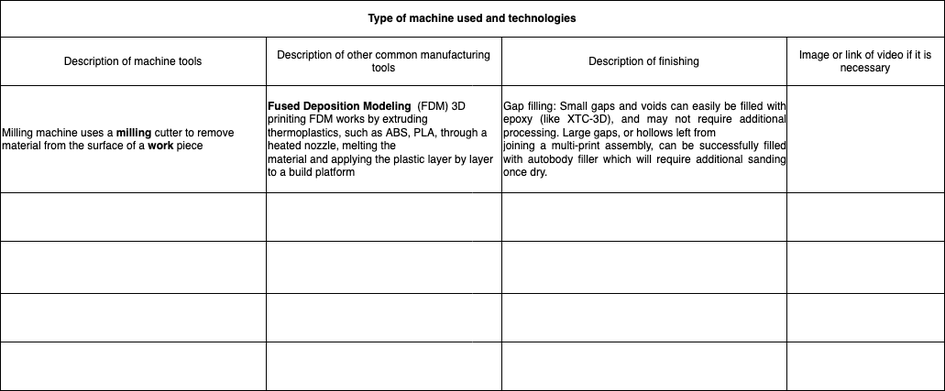
amerezoji1362/drawio-github keeps this draw.io diagram as Manufacturing technology.png. Above is the earlier version. Source tidied: cells renumbered, new cells last; positions are measured from the earlier drawing's top-left corner, leaving out a move shared by most shapes.
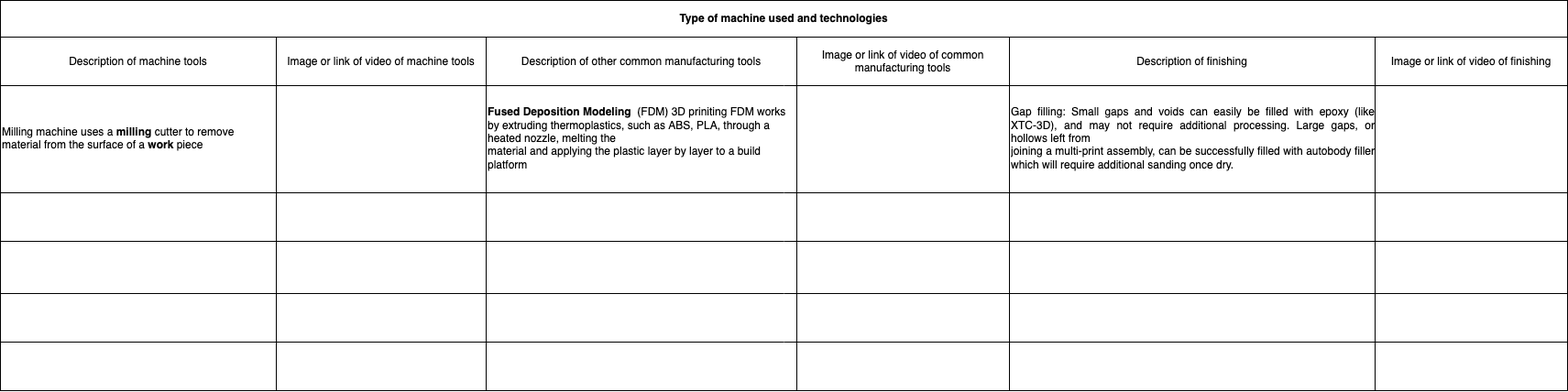
Later version of the same file.

The edit, as a diff of the source:
```diff
@@ -2,101 +2,137 @@
   <root>
     <mxCell id="0" />
     <mxCell id="1" parent="0" />
-    <mxCell id="2" style="shape=table;startSize=0;" parent="1" vertex="1">
-      <mxGeometry y="40" width="1030" height="386" as="geometry" />
-    </mxCell>
-    <mxCell id="3" style="shape=partialRectangle;fillColor=none;top=0;left=0;bottom=0;right=0;" parent="2" vertex="1">
-      <mxGeometry width="1030" height="53" as="geometry" />
-    </mxCell>
+    <mxCell id="34" style="shape=table;startSize=0;" parent="1" vertex="1">
+      <mxGeometry y="40" width="1710" height="386" as="geometry" />
+    </mxCell>
+    <mxCell id="35" style="shape=partialRectangle;fillColor=none;top=0;left=0;bottom=0;right=0;" parent="34" vertex="1">
+      <mxGeometry width="1710" height="53" as="geometry" />
+    </mxCell>
-    <mxCell id="4" value="Description of machine tools" style="shape=partialRectangle;html=1;whiteSpace=wrap;overflow=hidden;fillColor=none;top=0;left=0;bottom=0;right=0;" parent="3" vertex="1">
-      <mxGeometry width="290" height="53" as="geometry" />
+    <mxCell id="4" value="Description of machine tools" style="shape=partialRectangle;html=1;whiteSpace=wrap;overflow=hidden;fillColor=none;top=0;left=0;bottom=0;right=0;" parent="35" vertex="1">
+      <mxGeometry width="301" height="53" as="geometry" />
     </mxCell>
+    <mxCell id="36" value="Image or link of video of machine tools" style="shape=partialRectangle;html=1;whiteSpace=wrap;overflow=hidden;fillColor=none;top=0;left=0;bottom=0;right=0;" parent="35" vertex="1">
+      <mxGeometry x="301" width="229" height="53" as="geometry" />
+    </mxCell>
-    <mxCell id="5" value="Description of other common manufacturing tools " style="shape=partialRectangle;html=1;whiteSpace=wrap;overflow=hidden;fillColor=none;top=0;left=0;bottom=0;right=0;" parent="3" vertex="1">
-      <mxGeometry x="290" width="257" height="53" as="geometry" />
+    <mxCell id="5" value="Description of other common manufacturing tools " style="shape=partialRectangle;html=1;whiteSpace=wrap;overflow=hidden;fillColor=none;top=0;left=0;bottom=0;right=0;" parent="35" vertex="1">
+      <mxGeometry x="530" width="339" height="53" as="geometry" />
     </mxCell>
+    <mxCell id="37" value="Image or link of video of common manufacturing tools" style="shape=partialRectangle;html=1;whiteSpace=wrap;overflow=hidden;fillColor=none;top=0;left=0;bottom=0;right=0;" parent="35" vertex="1">
+      <mxGeometry x="869" width="232" height="53" as="geometry" />
+    </mxCell>
-    <mxCell id="6" value="Description of finishing" style="shape=partialRectangle;html=1;whiteSpace=wrap;overflow=hidden;fillColor=none;top=0;left=0;bottom=0;right=0;" parent="3" vertex="1">
-      <mxGeometry x="547" width="311" height="53" as="geometry" />
+    <mxCell id="6" value="Description of finishing" style="shape=partialRectangle;html=1;whiteSpace=wrap;overflow=hidden;fillColor=none;top=0;left=0;bottom=0;right=0;" parent="35" vertex="1">
+      <mxGeometry x="1101" width="399" height="53" as="geometry" />
     </mxCell>
-    <mxCell id="7" value="Image or link of video if it is necessary" style="shape=partialRectangle;html=1;whiteSpace=wrap;overflow=hidden;fillColor=none;top=0;left=0;bottom=0;right=0;" parent="3" vertex="1">
-      <mxGeometry x="858" width="172" height="53" as="geometry" />
-    </mxCell>
-    <mxCell id="8" style="shape=partialRectangle;fillColor=none;top=0;left=0;bottom=0;right=0;" parent="2" vertex="1">
-      <mxGeometry y="53" width="1030" height="117" as="geometry" />
-    </mxCell>
+    <mxCell id="38" value="Image or link of video of finishing" style="shape=partialRectangle;html=1;whiteSpace=wrap;overflow=hidden;fillColor=none;top=0;left=0;bottom=0;right=0;" parent="35" vertex="1">
+      <mxGeometry x="1500" width="210" height="53" as="geometry" />
+    </mxCell>
+    <mxCell id="39" style="shape=partialRectangle;fillColor=none;top=0;left=0;bottom=0;right=0;" parent="34" vertex="1">
+      <mxGeometry y="53" width="1710" height="117" as="geometry" />
+    </mxCell>
-    <mxCell id="9" value="&lt;div align=&quot;left&quot;&gt;Milling machine &lt;span class=&quot;ILfuVd NA6bn&quot;&gt;&lt;span class=&quot;hgKElc&quot;&gt; uses a &lt;b&gt;milling&lt;/b&gt; cutter to remove material from the surface of a &lt;b&gt;work&lt;/b&gt; piece&lt;/span&gt;&lt;/span&gt;&lt;/div&gt;" style="shape=partialRectangle;html=1;whiteSpace=wrap;overflow=hidden;fillColor=none;top=0;left=0;bottom=0;right=0;align=left;" parent="8" vertex="1">
-      <mxGeometry width="290" height="117" as="geometry" />
+    <mxCell id="9" value="&lt;div align=&quot;left&quot;&gt;Milling machine &lt;span class=&quot;ILfuVd NA6bn&quot;&gt;&lt;span class=&quot;hgKElc&quot;&gt; uses a &lt;b&gt;milling&lt;/b&gt; cutter to remove material from the surface of a &lt;b&gt;work&lt;/b&gt; piece&lt;/span&gt;&lt;/span&gt;&lt;/div&gt;" style="shape=partialRectangle;html=1;whiteSpace=wrap;overflow=hidden;fillColor=none;top=0;left=0;bottom=0;right=0;align=left;" parent="39" vertex="1">
+      <mxGeometry width="301" height="117" as="geometry" />
     </mxCell>
+    <mxCell id="40" style="shape=partialRectangle;html=1;whiteSpace=wrap;overflow=hidden;fillColor=none;top=0;left=0;bottom=0;right=0;align=left;" parent="39" vertex="1">
+      <mxGeometry x="301" width="229" height="117" as="geometry" />
+    </mxCell>
-    <mxCell id="10" value="&lt;div align=&quot;left&quot;&gt;&lt;span class=&quot;ILfuVd NA6bn&quot;&gt;&lt;span class=&quot;hgKElc&quot;&gt;&lt;b&gt;Fused Deposition Modeling&amp;nbsp; &lt;/b&gt;&lt;/span&gt;&lt;/span&gt;(&lt;span class=&quot;ILfuVd NA6bn&quot;&gt;&lt;span class=&quot;hgKElc&quot;&gt;FDM) &lt;/span&gt;&lt;/span&gt;3D priniting &lt;span class=&quot;ILfuVd NA6bn&quot;&gt;&lt;span class=&quot;hgKElc&quot;&gt;FDM works by extruding &lt;/span&gt;&lt;/span&gt;&lt;span class=&quot;ILfuVd NA6bn&quot;&gt;&lt;span class=&quot;hgKElc&quot;&gt;thermoplastics, such as ABS, PLA, through a heated nozzle, melting the &lt;/span&gt;&lt;/span&gt;&lt;br&gt;&lt;span class=&quot;ILfuVd NA6bn&quot;&gt;&lt;span class=&quot;hgKElc&quot;&gt;material and applying the plastic layer by layer to a build platform&lt;/span&gt;&lt;/span&gt;&lt;/div&gt;" style="shape=partialRectangle;html=1;whiteSpace=wrap;overflow=hidden;fillColor=none;top=0;left=0;bottom=0;right=0;align=left;" parent="8" vertex="1">
-      <mxGeometry x="290" width="257" height="117" as="geometry" />
+    <mxCell id="10" value="&lt;div align=&quot;left&quot;&gt;&lt;span class=&quot;ILfuVd NA6bn&quot;&gt;&lt;span class=&quot;hgKElc&quot;&gt;&lt;b&gt;Fused Deposition Modeling&amp;nbsp; &lt;/b&gt;&lt;/span&gt;&lt;/span&gt;(&lt;span class=&quot;ILfuVd NA6bn&quot;&gt;&lt;span class=&quot;hgKElc&quot;&gt;FDM) &lt;/span&gt;&lt;/span&gt;3D priniting &lt;span class=&quot;ILfuVd NA6bn&quot;&gt;&lt;span class=&quot;hgKElc&quot;&gt;FDM works by extruding &lt;/span&gt;&lt;/span&gt;&lt;span class=&quot;ILfuVd NA6bn&quot;&gt;&lt;span class=&quot;hgKElc&quot;&gt;thermoplastics, such as ABS, PLA, through a heated nozzle, melting the &lt;/span&gt;&lt;/span&gt;&lt;br&gt;&lt;span class=&quot;ILfuVd NA6bn&quot;&gt;&lt;span class=&quot;hgKElc&quot;&gt;material and applying the plastic layer by layer to a build platform&lt;/span&gt;&lt;/span&gt;&lt;/div&gt;" style="shape=partialRectangle;html=1;whiteSpace=wrap;overflow=hidden;fillColor=none;top=0;left=0;bottom=0;right=0;align=left;" parent="39" vertex="1">
+      <mxGeometry x="530" width="339" height="117" as="geometry" />
     </mxCell>
+    <mxCell id="41" style="shape=partialRectangle;html=1;whiteSpace=wrap;overflow=hidden;fillColor=none;top=0;left=0;bottom=0;right=0;align=left;" parent="39" vertex="1">
+      <mxGeometry x="869" width="232" height="117" as="geometry" />
+    </mxCell>
-    <mxCell id="11" value="&lt;div align=&quot;justify&quot;&gt;Gap filling: Small gaps and voids can easily be filled with epoxy (like XTC-3D), and may not require additional processing. Large gaps, or hollows left from &lt;br&gt;joining a multi-print assembly, can be successfully filled with autobody filler which will require additional sanding once dry. &lt;/div&gt;" style="shape=partialRectangle;html=1;whiteSpace=wrap;overflow=hidden;fillColor=none;top=0;left=0;bottom=0;right=0;align=left;" parent="8" vertex="1">
-      <mxGeometry x="547" width="311" height="117" as="geometry" />
+    <mxCell id="11" value="&lt;div align=&quot;justify&quot;&gt;Gap filling: Small gaps and voids can easily be filled with epoxy (like XTC-3D), and may not require additional processing. Large gaps, or hollows left from &lt;br&gt;joining a multi-print assembly, can be successfully filled with autobody filler which will require additional sanding once dry. &lt;/div&gt;" style="shape=partialRectangle;html=1;whiteSpace=wrap;overflow=hidden;fillColor=none;top=0;left=0;bottom=0;right=0;align=left;" parent="39" vertex="1">
+      <mxGeometry x="1101" width="399" height="117" as="geometry" />
     </mxCell>
-    <mxCell id="12" style="shape=partialRectangle;html=1;whiteSpace=wrap;overflow=hidden;fillColor=none;top=0;left=0;bottom=0;right=0;" parent="8" vertex="1">
-      <mxGeometry x="858" width="172" height="117" as="geometry" />
-    </mxCell>
-    <mxCell id="13" style="shape=partialRectangle;fillColor=none;top=0;left=0;bottom=0;right=0;" parent="2" vertex="1">
-      <mxGeometry y="170" width="1030" height="53" as="geometry" />
-    </mxCell>
-    <mxCell id="14" style="shape=partialRectangle;html=1;whiteSpace=wrap;overflow=hidden;fillColor=none;top=0;left=0;bottom=0;right=0;" parent="13" vertex="1">
-      <mxGeometry width="290" height="53" as="geometry" />
-    </mxCell>
-    <mxCell id="15" style="shape=partialRectangle;html=1;whiteSpace=wrap;overflow=hidden;fillColor=none;top=0;left=0;bottom=0;right=0;" parent="13" vertex="1">
-      <mxGeometry x="290" width="257" height="53" as="geometry" />
-    </mxCell>
-    <mxCell id="16" style="shape=partialRectangle;html=1;whiteSpace=wrap;overflow=hidden;fillColor=none;top=0;left=0;bottom=0;right=0;" parent="13" vertex="1">
-      <mxGeometry x="547" width="311" height="53" as="geometry" />
-    </mxCell>
-    <mxCell id="17" style="shape=partialRectangle;html=1;whiteSpace=wrap;overflow=hidden;fillColor=none;top=0;left=0;bottom=0;right=0;" parent="13" vertex="1">
-      <mxGeometry x="858" width="172" height="53" as="geometry" />
-    </mxCell>
-    <mxCell id="18" style="shape=partialRectangle;fillColor=none;top=0;left=0;bottom=0;right=0;" parent="2" vertex="1">
-      <mxGeometry y="223" width="1030" height="57" as="geometry" />
-    </mxCell>
-    <mxCell id="19" style="shape=partialRectangle;html=1;whiteSpace=wrap;overflow=hidden;fillColor=none;top=0;left=0;bottom=0;right=0;" parent="18" vertex="1">
-      <mxGeometry width="290" height="57" as="geometry" />
-    </mxCell>
-    <mxCell id="20" style="shape=partialRectangle;html=1;whiteSpace=wrap;overflow=hidden;fillColor=none;top=0;left=0;bottom=0;right=0;" parent="18" vertex="1">
-      <mxGeometry x="290" width="257" height="57" as="geometry" />
-    </mxCell>
-    <mxCell id="21" style="shape=partialRectangle;html=1;whiteSpace=wrap;overflow=hidden;fillColor=none;top=0;left=0;bottom=0;right=0;" parent="18" vertex="1">
-      <mxGeometry x="547" width="311" height="57" as="geometry" />
-    </mxCell>
-    <mxCell id="22" style="shape=partialRectangle;html=1;whiteSpace=wrap;overflow=hidden;fillColor=none;top=0;left=0;bottom=0;right=0;" parent="18" vertex="1">
-      <mxGeometry x="858" width="172" height="57" as="geometry" />
-    </mxCell>
-    <mxCell id="23" style="shape=partialRectangle;fillColor=none;top=0;left=0;bottom=0;right=0;" parent="2" vertex="1">
-      <mxGeometry y="280" width="1030" height="53" as="geometry" />
-    </mxCell>
-    <mxCell id="24" style="shape=partialRectangle;html=1;whiteSpace=wrap;overflow=hidden;fillColor=none;top=0;left=0;bottom=0;right=0;" parent="23" vertex="1">
-      <mxGeometry width="290" height="53" as="geometry" />
-    </mxCell>
-    <mxCell id="25" style="shape=partialRectangle;html=1;whiteSpace=wrap;overflow=hidden;fillColor=none;top=0;left=0;bottom=0;right=0;" parent="23" vertex="1">
-      <mxGeometry x="290" width="257" height="53" as="geometry" />
-    </mxCell>
-    <mxCell id="26" style="shape=partialRectangle;html=1;whiteSpace=wrap;overflow=hidden;fillColor=none;top=0;left=0;bottom=0;right=0;" parent="23" vertex="1">
-      <mxGeometry x="547" width="311" height="53" as="geometry" />
-    </mxCell>
-    <mxCell id="27" style="shape=partialRectangle;html=1;whiteSpace=wrap;overflow=hidden;fillColor=none;top=0;left=0;bottom=0;right=0;" parent="23" vertex="1">
-      <mxGeometry x="858" width="172" height="53" as="geometry" />
-    </mxCell>
-    <mxCell id="28" style="shape=partialRectangle;fillColor=none;top=0;left=0;bottom=0;right=0;" parent="2" vertex="1">
-      <mxGeometry y="333" width="1030" height="53" as="geometry" />
-    </mxCell>
-    <mxCell id="29" style="shape=partialRectangle;html=1;whiteSpace=wrap;overflow=hidden;fillColor=none;top=0;left=0;bottom=0;right=0;" parent="28" vertex="1">
-      <mxGeometry width="290" height="53" as="geometry" />
-    </mxCell>
-    <mxCell id="30" style="shape=partialRectangle;html=1;whiteSpace=wrap;overflow=hidden;fillColor=none;top=0;left=0;bottom=0;right=0;" parent="28" vertex="1">
-      <mxGeometry x="290" width="257" height="53" as="geometry" />
-    </mxCell>
-    <mxCell id="31" style="shape=partialRectangle;html=1;whiteSpace=wrap;overflow=hidden;fillColor=none;top=0;left=0;bottom=0;right=0;" parent="28" vertex="1">
-      <mxGeometry x="547" width="311" height="53" as="geometry" />
-    </mxCell>
-    <mxCell id="32" style="shape=partialRectangle;html=1;whiteSpace=wrap;overflow=hidden;fillColor=none;top=0;left=0;bottom=0;right=0;" parent="28" vertex="1">
-      <mxGeometry x="858" width="172" height="53" as="geometry" />
-    </mxCell>
+    <mxCell id="42" style="shape=partialRectangle;html=1;whiteSpace=wrap;overflow=hidden;fillColor=none;top=0;left=0;bottom=0;right=0;" parent="39" vertex="1">
+      <mxGeometry x="1500" width="210" height="117" as="geometry" />
+    </mxCell>
+    <mxCell id="43" style="shape=partialRectangle;fillColor=none;top=0;left=0;bottom=0;right=0;" parent="34" vertex="1">
+      <mxGeometry y="170" width="1710" height="53" as="geometry" />
+    </mxCell>
+    <mxCell id="44" style="shape=partialRectangle;html=1;whiteSpace=wrap;overflow=hidden;fillColor=none;top=0;left=0;bottom=0;right=0;" parent="43" vertex="1">
+      <mxGeometry width="301" height="53" as="geometry" />
+    </mxCell>
+    <mxCell id="45" style="shape=partialRectangle;html=1;whiteSpace=wrap;overflow=hidden;fillColor=none;top=0;left=0;bottom=0;right=0;" parent="43" vertex="1">
+      <mxGeometry x="301" width="229" height="53" as="geometry" />
+    </mxCell>
+    <mxCell id="46" style="shape=partialRectangle;html=1;whiteSpace=wrap;overflow=hidden;fillColor=none;top=0;left=0;bottom=0;right=0;" parent="43" vertex="1">
+      <mxGeometry x="530" width="339" height="53" as="geometry" />
+    </mxCell>
+    <mxCell id="47" style="shape=partialRectangle;html=1;whiteSpace=wrap;overflow=hidden;fillColor=none;top=0;left=0;bottom=0;right=0;" parent="43" vertex="1">
+      <mxGeometry x="869" width="232" height="53" as="geometry" />
+    </mxCell>
+    <mxCell id="48" style="shape=partialRectangle;html=1;whiteSpace=wrap;overflow=hidden;fillColor=none;top=0;left=0;bottom=0;right=0;" parent="43" vertex="1">
+      <mxGeometry x="1101" width="399" height="53" as="geometry" />
+    </mxCell>
+    <mxCell id="49" style="shape=partialRectangle;html=1;whiteSpace=wrap;overflow=hidden;fillColor=none;top=0;left=0;bottom=0;right=0;" parent="43" vertex="1">
+      <mxGeometry x="1500" width="210" height="53" as="geometry" />
+    </mxCell>
+    <mxCell id="50" style="shape=partialRectangle;fillColor=none;top=0;left=0;bottom=0;right=0;" parent="34" vertex="1">
+      <mxGeometry y="223" width="1710" height="57" as="geometry" />
+    </mxCell>
+    <mxCell id="51" style="shape=partialRectangle;html=1;whiteSpace=wrap;overflow=hidden;fillColor=none;top=0;left=0;bottom=0;right=0;" parent="50" vertex="1">
+      <mxGeometry width="301" height="57" as="geometry" />
+    </mxCell>
+    <mxCell id="52" style="shape=partialRectangle;html=1;whiteSpace=wrap;overflow=hidden;fillColor=none;top=0;left=0;bottom=0;right=0;" parent="50" vertex="1">
+      <mxGeometry x="301" width="229" height="57" as="geometry" />
+    </mxCell>
+    <mxCell id="53" style="shape=partialRectangle;html=1;whiteSpace=wrap;overflow=hidden;fillColor=none;top=0;left=0;bottom=0;right=0;" parent="50" vertex="1">
+      <mxGeometry x="530" width="339" height="57" as="geometry" />
+    </mxCell>
+    <mxCell id="54" style="shape=partialRectangle;html=1;whiteSpace=wrap;overflow=hidden;fillColor=none;top=0;left=0;bottom=0;right=0;" parent="50" vertex="1">
+      <mxGeometry x="869" width="232" height="57" as="geometry" />
+    </mxCell>
+    <mxCell id="55" style="shape=partialRectangle;html=1;whiteSpace=wrap;overflow=hidden;fillColor=none;top=0;left=0;bottom=0;right=0;" parent="50" vertex="1">
+      <mxGeometry x="1101" width="399" height="57" as="geometry" />
+    </mxCell>
+    <mxCell id="56" style="shape=partialRectangle;html=1;whiteSpace=wrap;overflow=hidden;fillColor=none;top=0;left=0;bottom=0;right=0;" parent="50" vertex="1">
+      <mxGeometry x="1500" width="210" height="57" as="geometry" />
+    </mxCell>
+    <mxCell id="57" style="shape=partialRectangle;fillColor=none;top=0;left=0;bottom=0;right=0;" parent="34" vertex="1">
+      <mxGeometry y="280" width="1710" height="53" as="geometry" />
+    </mxCell>
+    <mxCell id="58" style="shape=partialRectangle;html=1;whiteSpace=wrap;overflow=hidden;fillColor=none;top=0;left=0;bottom=0;right=0;" parent="57" vertex="1">
+      <mxGeometry width="301" height="53" as="geometry" />
+    </mxCell>
+    <mxCell id="59" style="shape=partialRectangle;html=1;whiteSpace=wrap;overflow=hidden;fillColor=none;top=0;left=0;bottom=0;right=0;" parent="57" vertex="1">
+      <mxGeometry x="301" width="229" height="53" as="geometry" />
+    </mxCell>
+    <mxCell id="60" style="shape=partialRectangle;html=1;whiteSpace=wrap;overflow=hidden;fillColor=none;top=0;left=0;bottom=0;right=0;" parent="57" vertex="1">
+      <mxGeometry x="530" width="339" height="53" as="geometry" />
+    </mxCell>
+    <mxCell id="61" style="shape=partialRectangle;html=1;whiteSpace=wrap;overflow=hidden;fillColor=none;top=0;left=0;bottom=0;right=0;" parent="57" vertex="1">
+      <mxGeometry x="869" width="232" height="53" as="geometry" />
+    </mxCell>
+    <mxCell id="62" style="shape=partialRectangle;html=1;whiteSpace=wrap;overflow=hidden;fillColor=none;top=0;left=0;bottom=0;right=0;" parent="57" vertex="1">
+      <mxGeometry x="1101" width="399" height="53" as="geometry" />
+    </mxCell>
+    <mxCell id="63" style="shape=partialRectangle;html=1;whiteSpace=wrap;overflow=hidden;fillColor=none;top=0;left=0;bottom=0;right=0;" parent="57" vertex="1">
+      <mxGeometry x="1500" width="210" height="53" as="geometry" />
+    </mxCell>
+    <mxCell id="64" style="shape=partialRectangle;fillColor=none;top=0;left=0;bottom=0;right=0;" parent="34" vertex="1">
+      <mxGeometry y="333" width="1710" height="53" as="geometry" />
+    </mxCell>
+    <mxCell id="65" style="shape=partialRectangle;html=1;whiteSpace=wrap;overflow=hidden;fillColor=none;top=0;left=0;bottom=0;right=0;" parent="64" vertex="1">
+      <mxGeometry width="301" height="53" as="geometry" />
+    </mxCell>
+    <mxCell id="66" style="shape=partialRectangle;html=1;whiteSpace=wrap;overflow=hidden;fillColor=none;top=0;left=0;bottom=0;right=0;" parent="64" vertex="1">
+      <mxGeometry x="301" width="229" height="53" as="geometry" />
+    </mxCell>
+    <mxCell id="67" style="shape=partialRectangle;html=1;whiteSpace=wrap;overflow=hidden;fillColor=none;top=0;left=0;bottom=0;right=0;" parent="64" vertex="1">
+      <mxGeometry x="530" width="339" height="53" as="geometry" />
+    </mxCell>
+    <mxCell id="68" style="shape=partialRectangle;html=1;whiteSpace=wrap;overflow=hidden;fillColor=none;top=0;left=0;bottom=0;right=0;" parent="64" vertex="1">
+      <mxGeometry x="869" width="232" height="53" as="geometry" />
+    </mxCell>
+    <mxCell id="69" style="shape=partialRectangle;html=1;whiteSpace=wrap;overflow=hidden;fillColor=none;top=0;left=0;bottom=0;right=0;" parent="64" vertex="1">
+      <mxGeometry x="1101" width="399" height="53" as="geometry" />
+    </mxCell>
+    <mxCell id="70" style="shape=partialRectangle;html=1;whiteSpace=wrap;overflow=hidden;fillColor=none;top=0;left=0;bottom=0;right=0;" parent="64" vertex="1">
+      <mxGeometry x="1500" width="210" height="53" as="geometry" />
+    </mxCell>
     <mxCell id="33" value="&lt;b&gt;Type of machine used and technologies&lt;/b&gt;" style="rounded=0;whiteSpace=wrap;html=1;" parent="1" vertex="1">
-      <mxGeometry width="1030" height="40" as="geometry" />
+      <mxGeometry width="1710" height="40" as="geometry" />
     </mxCell>
   </root>
 </mxGraphModel>
```
